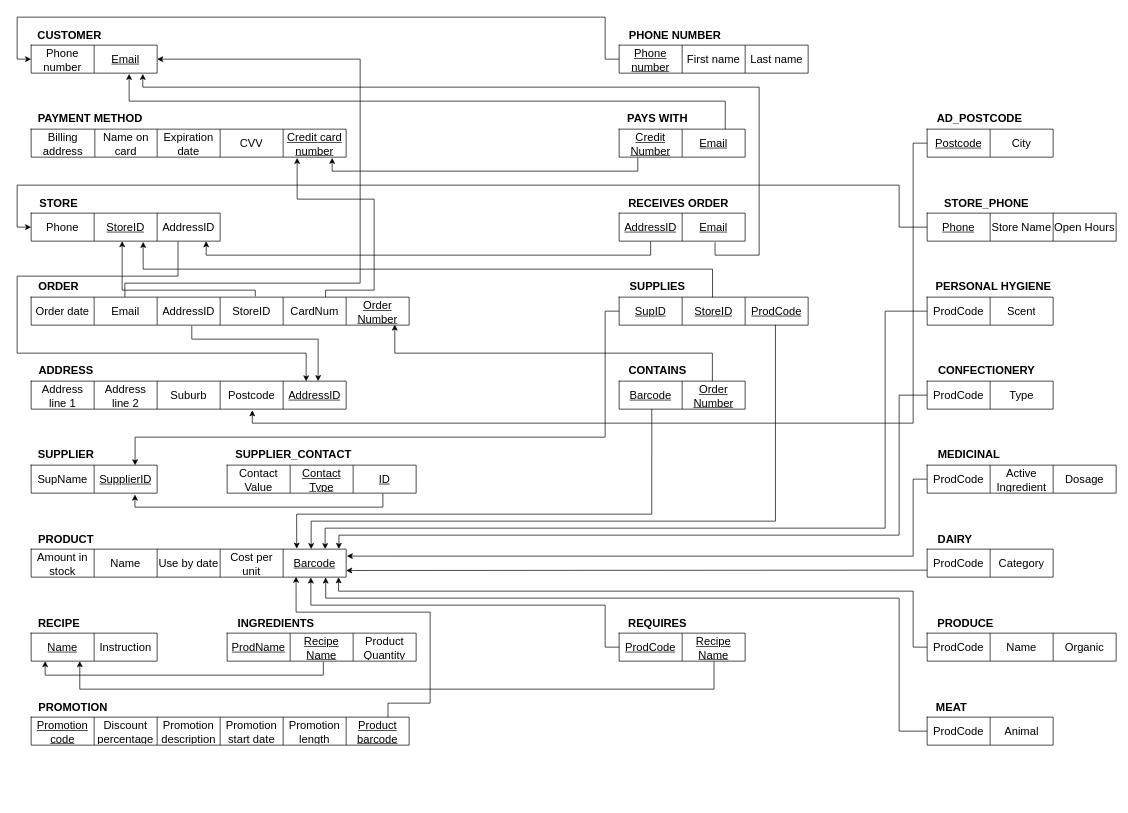
Above: normalised-schema.drawio in ThibaudARoy/Group5EntityRelationshipDiagram (draw.io), before the change. Source tidied: cells renumbered, new cells numbered last; positions are measured from the earlier drawing's top-left corner, leaving out a move shared by most shapes. Both pictures are drawn from the tidied source at 70%, with x=0, y=0 at pixel (17, 17).
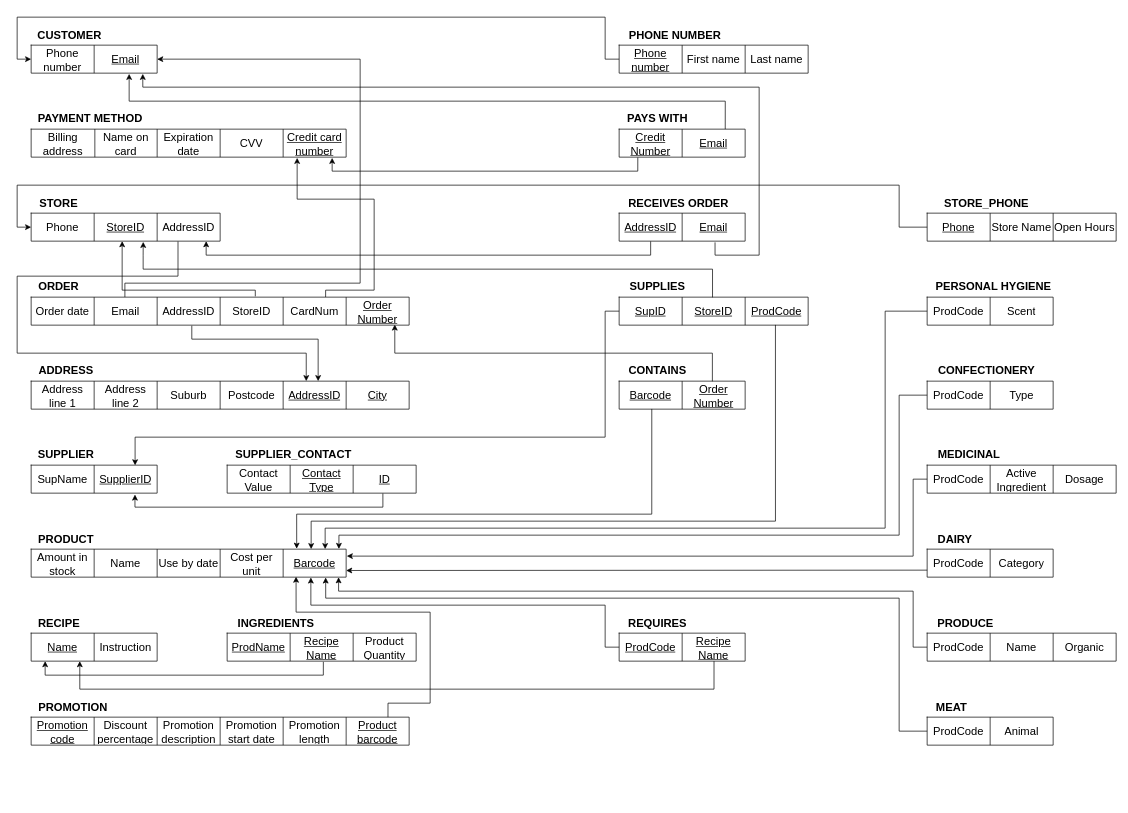
The same diagram, later.

Unchanged cells that the change refers to:
```xml
<mxCell id="10" style="group;" parent="1" vertex="1">
  <mxGeometry x="20" y="490" width="540" height="70" as="geometry" />
</mxCell>
<mxCell id="181" style="shape=tableRow;horizontal=0;startSize=0;swimlaneHead=0;swimlaneBody=0;strokeColor=inherit;top=0;left=0;bottom=0;right=0;fillColor=none;points=[[0,0.5],[1,0.5]];portConstraint=eastwest;fontSize=16;" parent="180" vertex="1">
  <mxGeometry width="270" height="40" as="geometry" />
</mxCell>
```

What changed in the source:
```diff
@@
     <mxCell id="12" style="shape=table;startSize=0;childLayout=tableLayout;fontSize=16;" parent="10" vertex="1">
-      <mxGeometry y="30" width="450" height="40" as="geometry" />
+      <mxGeometry y="30" width="540" height="40" as="geometry" />
     </mxCell>
     <mxCell id="13" style="shape=tableRow;horizontal=0;startSize=0;swimlaneHead=0;swimlaneBody=0;strokeColor=inherit;top=0;left=0;bottom=0;right=0;fillColor=none;points=[[0,0.5],[1,0.5]];portConstraint=eastwest;fontSize=16;" parent="12" vertex="1">
-      <mxGeometry width="450" height="40" as="geometry" />
+      <mxGeometry width="540" height="40" as="geometry" />
     </mxCell>
@@
+    <mxCell id="196" value="City" style="shape=partialRectangle;html=1;whiteSpace=wrap;strokeColor=inherit;overflow=hidden;fillColor=none;top=0;left=0;bottom=0;right=0;fontSize=16;fontStyle=4;" parent="13" vertex="1">
+      <mxGeometry x="450" width="90" height="40" as="geometry" />
+    </mxCell>
@@
-    <mxCell id="118" style="edgeStyle=orthogonalEdgeStyle;rounded=0;jettySize=auto;html=1;entryX=0.873;entryY=0.007;entryDx=0;entryDy=0;entryPerimeter=0;exitX=0.777;exitY=1.007;exitDx=0;exitDy=0;exitPerimeter=0;" parent="1" edge="1" source="181" target="13">
+    <mxCell id="118" style="edgeStyle=orthogonalEdgeStyle;rounded=0;jettySize=auto;html=1;exitX=0.777;exitY=1.007;exitDx=0;exitDy=0;exitPerimeter=0;" parent="1" edge="1" source="181">
       <mxGeometry relative="1" as="geometry">
+        <mxPoint x="413" y="520" as="targetPoint" />
         <Array as="points">
           <mxPoint x="230" y="370" />
           <mxPoint y="370" />
           <mxPoint y="480" />
           <mxPoint x="413" y="480" />
         </Array>
       </mxGeometry>
     </mxCell>
@@
-    <mxCell id="191" style="group;" parent="1" vertex="1">
-      <mxGeometry x="1300" y="130" width="270" height="70" as="geometry" />
-    </mxCell>
-    <mxCell id="192" style="group;" parent="191" vertex="1">
-      <mxGeometry width="270" height="70" as="geometry" />
-    </mxCell>
-    <mxCell id="193" style="shape=table;startSize=0;childLayout=tableLayout;fontSize=16;" parent="192" vertex="1">
-      <mxGeometry y="30" width="180" height="40" as="geometry" />
-    </mxCell>
-    <mxCell id="194" style="shape=tableRow;horizontal=0;startSize=0;swimlaneHead=0;swimlaneBody=0;strokeColor=inherit;top=0;left=0;bottom=0;right=0;fillColor=none;fontSize=16;" parent="193" vertex="1">
-      <mxGeometry width="180" height="40" as="geometry" />
-    </mxCell>
-    <mxCell id="195" value="&lt;u&gt;Postcode&lt;/u&gt;" style="shape=partialRectangle;html=1;whiteSpace=wrap;strokeColor=inherit;overflow=hidden;fillColor=none;top=0;left=0;bottom=0;right=0;fontSize=16;" parent="194" vertex="1">
-      <mxGeometry width="90" height="40" as="geometry" />
-    </mxCell>
-    <mxCell id="196" value="City" style="shape=partialRectangle;html=1;whiteSpace=wrap;strokeColor=inherit;overflow=hidden;fillColor=none;top=0;left=0;bottom=0;right=0;fontSize=16;fontStyle=0;" parent="194" vertex="1">
-      <mxGeometry x="90" width="90" height="40" as="geometry" />
-    </mxCell>
-    <mxCell id="197" value="AD_POSTCODE" style="text;html=1;strokeColor=none;fillColor=none;align=center;verticalAlign=middle;whiteSpace=wrap;rounded=0;fontSize=16;fontStyle=1;" parent="192" vertex="1">
-      <mxGeometry width="150" height="30" as="geometry" />
-    </mxCell>
-    <mxCell id="198" style="edgeStyle=orthogonalEdgeStyle;rounded=0;jettySize=auto;html=1;entryX=0.702;entryY=1.039;entryDx=0;entryDy=0;entryPerimeter=0;" parent="1" edge="1" source="193" target="13">
-      <mxGeometry relative="1" as="geometry">
-        <Array as="points">
-          <mxPoint x="1280" y="180" />
-          <mxPoint x="1280" y="580" />
-          <mxPoint x="336" y="580" />
-        </Array>
-      </mxGeometry>
-    </mxCell>
```
